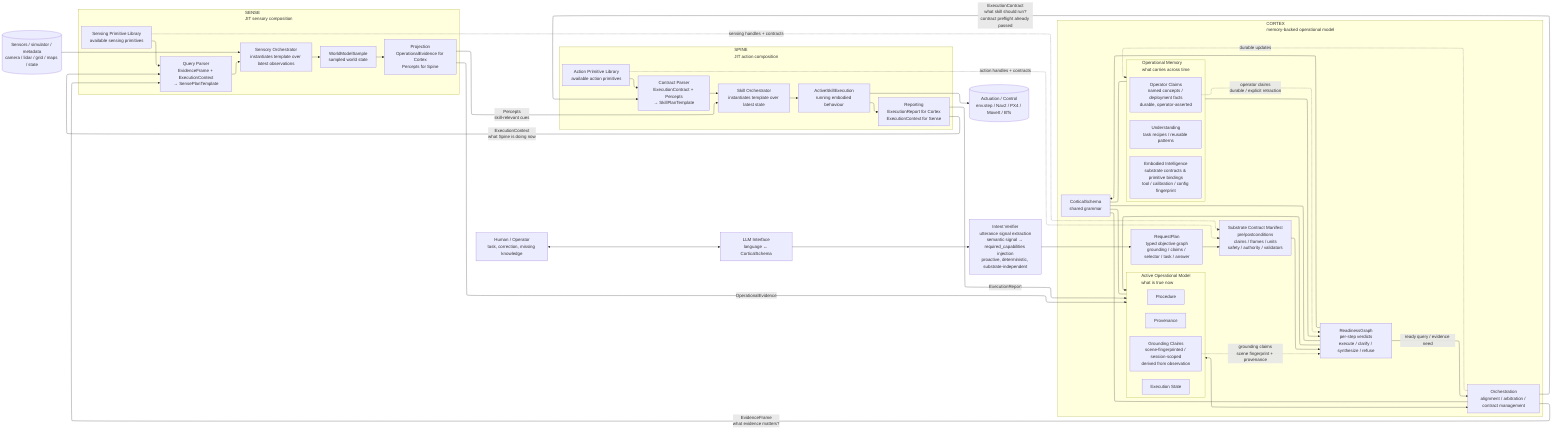
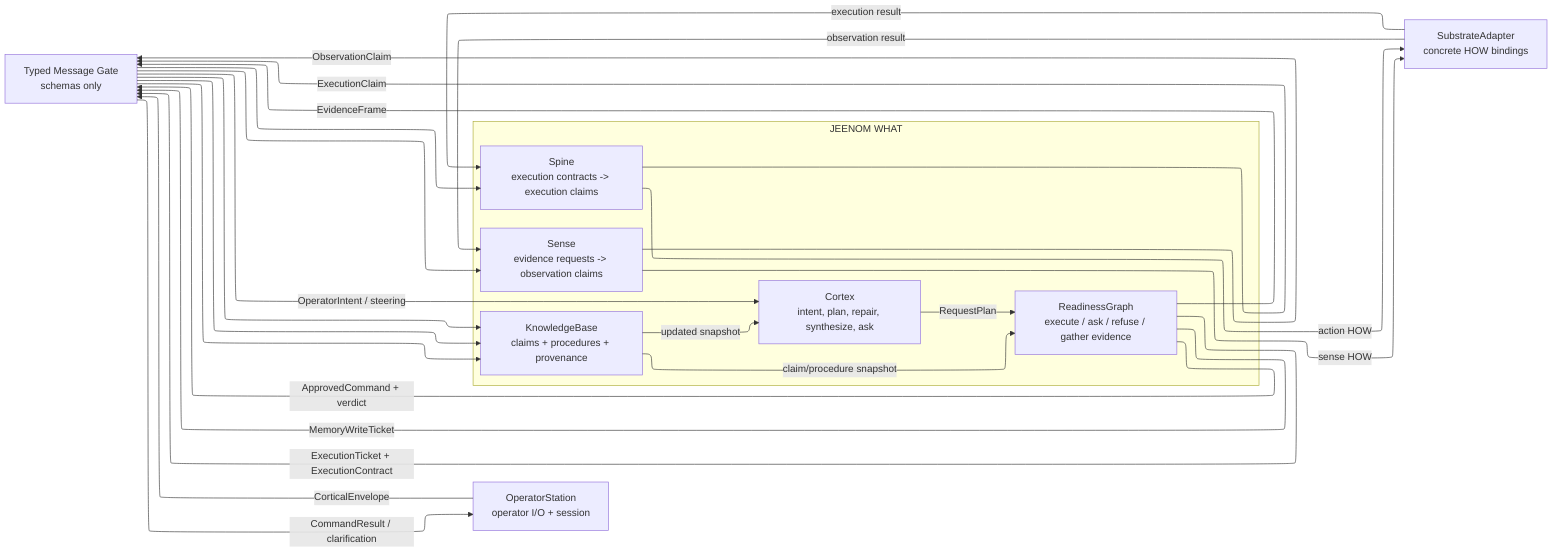
---
config:
  layout: elk
---
flowchart LR

-   U["Human / Operator<br>task, correction, missing knowledge"]
-   L["LLM Interface<br>language ↔ CorticalSchema"]
+   OP["OperatorStation<br>operator I/O + session"]
+   MSG["Typed Message Gate<br>schemas only"]

-   subgraph C["CORTEX<br>memory-backed operational model"]
-     CS["CorticalSchema<br>shared grammar"]
-     RP["RequestPlan<br>typed objective graph<br>grounding / claims / selector / task / answer"]
-     SCM["Substrate Contract Manifest<br>pre/postconditions<br>claims / frames / units<br>safety / authority / validators"]
- 
-     subgraph M["Operational Memory<br>what carries across time"]
-       U1["Understanding<br>task recipes / reusable patterns"]
-       I1["Embodied Intelligence<br>substrate contracts & primitive bindings<br>tool / calibration / config fingerprint"]
-       K1["Operator Claims<br>named concepts / deployment facts<br>durable, operator-asserted"]
-     end
- 
-     R["ReadinessGraph<br>per-step verdicts<br>execute / clarify / synthesize / refuse"]
- 
-     subgraph A["Active Operational Model<br>what is true now"]
-       CL["Grounding Claims<br>scene-fingerprinted / session-scoped<br>derived from observation"]
-       PR["Procedure"]
-       ES["Execution State"]
-       PG["Provenance"]
-     end
- 
-     O["Orchestration<br>alignment / arbitration / contract management"]
+   subgraph ARCH["JEENOM WHAT"]
+     CX["Cortex<br>intent, plan, repair, synthesize, ask"]
+     RG["ReadinessGraph<br>execute / ask / refuse / gather evidence"]
+     KB["KnowledgeBase<br>claims + procedures + provenance"]
+     SE["Sense<br>evidence requests -> observation claims"]
+     SP["Spine<br>execution contracts -> execution claims"]
  end

-   subgraph SENSE["SENSE<br>JIT sensory composition"]
-     SPL["Sensing Primitive Library<br>available sensing primitives"]
-     QP["Query Parser<br>EvidenceFrame + ExecutionContext<br>→ SensePlanTemplate"]
-     SO["Sensory Orchestrator<br>instantiates template over latest observations"]
-     WMS["WorldModelSample<br>sampled world state"]
-     PROJ["Projection<br>OperationalEvidence for Cortex<br>Percepts for Spine"]
-   end
+   SUB["SubstrateAdapter<br>concrete HOW bindings"]

-   subgraph SPINE["SPINE<br>JIT action composition"]
-     APL["Action Primitive Library<br>available action primitives"]
-     CP["Contract Parser<br>ExecutionContract + Percepts<br>→ SkillPlanTemplate"]
-     SKO["Skill Orchestrator<br>instantiates template over latest state"]
-     ASE["ActiveSkillExecution<br>running embodied behaviour"]
-     REP["Reporting<br>ExecutionReport for Cortex<br>ExecutionContext for Sense"]
-   end
+   OP -->|CorticalEnvelope| MSG
+   MSG -->|OperatorIntent / steering| CX
+   CX -->|RequestPlan| RG
+   KB -->|claim/procedure snapshot| RG
+   RG -->|ApprovedCommand + verdict| MSG
+   MSG -->|CommandResult / clarification| OP

-   Sensors[("Sensors / simulator / metadata<br>camera / lidar / grid / maps / state")]
-   Actuators[("Actuation / Control<br>env.step / Nav2 / PX4 / MoveIt / BTs")]
+   RG -->|EvidenceFrame| MSG
+   MSG --> SE
+   SE -->|sense HOW| SUB
+   SUB -->|observation result| SE
+   SE -->|ObservationClaim| MSG
+   MSG --> KB

-   U <--> L
-   L --> IV["Intent Verifier<br>utterance signal extraction<br>semantic signal → required_capabilities injection<br>proactive, deterministic, substrate-independent"]
-   IV --> RP
-   RP --> SCM
-   SCM --> R
-   R --> CS
+   RG -->|ExecutionTicket + ExecutionContract| MSG
+   MSG --> SP
+   SP -->|action HOW| SUB
+   SUB -->|execution result| SP
+   SP -->|ExecutionClaim| MSG
+   MSG --> KB

-   CS --- M
-   CS --- R
-   CS --- A
-   CS --- O
+   RG -->|MemoryWriteTicket| MSG
+   MSG --> KB

-   M --> R
-   CL -. "grounding claims<br>scene fingerprint + provenance" .-> R
-   K1 -. "operator claims<br>durable / explicit retraction" .-> R
-   SPL -. sensing handles + contracts .-> SCM
-   APL -. action handles + contracts .-> SCM
-   R --> A
-   A <--> O
-   O -. durable updates .-> M
- 
-   Sensors --> SO
-   SPL --> QP
-   QP --> SO
-   SO --> WMS
-   WMS --> PROJ
- 
-   APL --> CP
-   CP --> SKO
-   SKO --> ASE
-   ASE --> REP
-   ASE --> Actuators
- 
-   R -- "ready query / evidence need" --> O
-   O -- "EvidenceFrame<br>what evidence matters?" --> QP
-   PROJ -- "OperationalEvidence" --> A
- 
-   O -- "ExecutionContract<br>what skill should run?<br>contract preflight already passed" --> CP
-   REP -- "ExecutionReport" --> A
- 
-   REP -- "ExecutionContext<br>what Spine is doing now" --> QP
-   PROJ -- "Percepts<br>skill-relevant cues" --> SKO
+   KB -->|updated snapshot| CX
